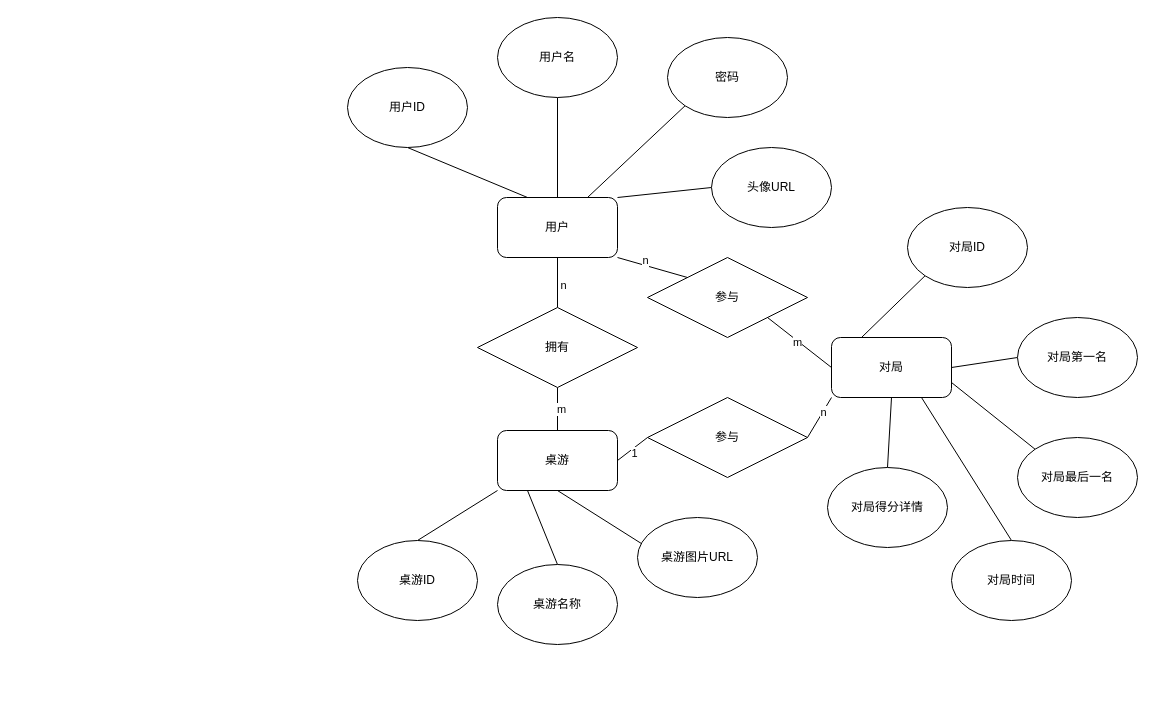
This is ERgraph.drawio from wr786/YunBoardGameNext, a draw.io file, before an edit. Source tidied: cells renumbered, new cells numbered last; positions are measured from the earlier drawing's top-left corner, leaving out a move shared by most shapes. Both pictures are drawn from the tidied source at 100%, with x=0, y=0 at pixel (347, 17).
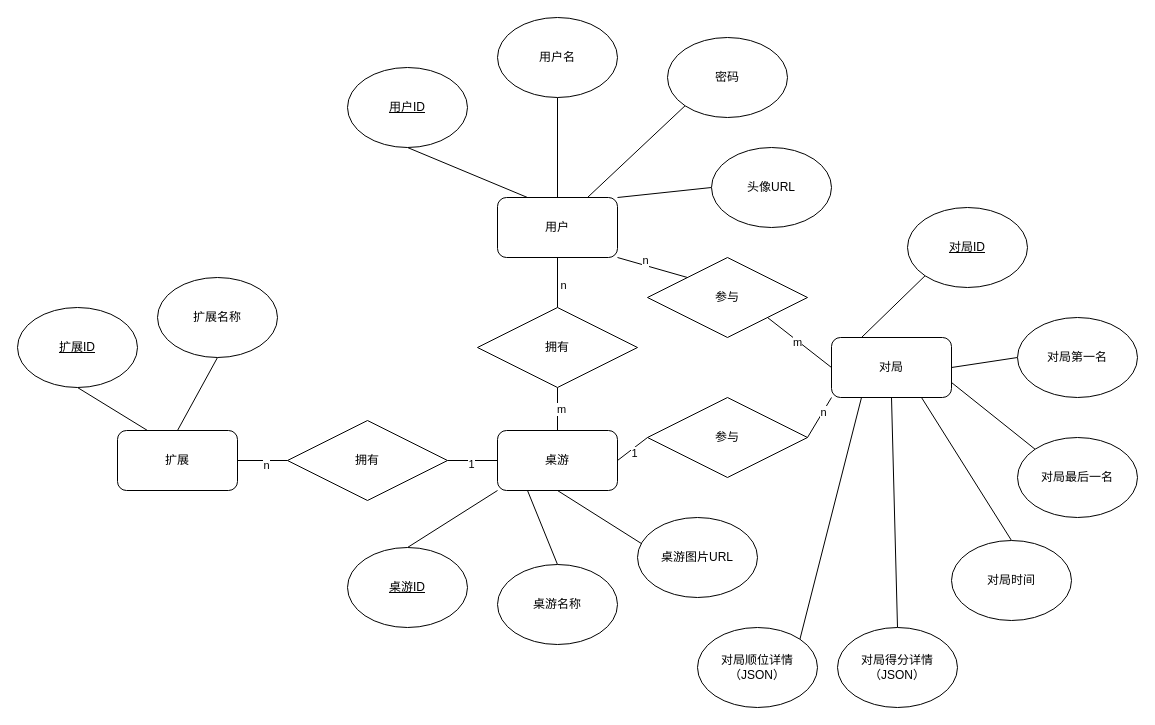
The same page after the edit.

Unchanged cells that the change refers to:
```xml
<mxCell id="18" value="桌游" style="rounded=1;whiteSpace=wrap;html=1;" parent="1" vertex="1">
  <mxGeometry x="150" y="413" width="120" height="60" as="geometry" />
</mxCell>
<mxCell id="29" value="对局" style="rounded=1;whiteSpace=wrap;html=1;" parent="1" vertex="1">
  <mxGeometry x="484" y="320" width="120" height="60" as="geometry" />
</mxCell>
```

What changed in the source:
```diff
@@
-    <mxCell id="8" value="用户ID" style="ellipse;whiteSpace=wrap;html=1;" parent="1" vertex="1">
+    <mxCell id="8" value="&lt;u&gt;用户ID&lt;/u&gt;" style="ellipse;whiteSpace=wrap;html=1;" parent="1" vertex="1">
       <mxGeometry y="50" width="120" height="80" as="geometry" />
     </mxCell>
@@
+    <mxCell id="44" style="edgeStyle=none;html=1;exitX=0;exitY=0.5;exitDx=0;exitDy=0;entryX=1;entryY=0.5;entryDx=0;entryDy=0;endArrow=none;endFill=0;" parent="1" edge="1" source="18" target="49">
+      <mxGeometry relative="1" as="geometry" />
+    </mxCell>
+    <mxCell id="45" value="1" style="edgeLabel;html=1;align=center;verticalAlign=middle;" parent="44" vertex="1">
+      <mxGeometry x="0.08" y="3" relative="1" as="geometry" />
+    </mxCell>
@@
-    <mxCell id="19" value="桌游ID" style="ellipse;whiteSpace=wrap;html=1;" parent="1" vertex="1">
-      <mxGeometry x="10" y="523" width="120" height="80" as="geometry" />
+    <mxCell id="19" value="&lt;u&gt;桌游ID&lt;/u&gt;" style="ellipse;whiteSpace=wrap;html=1;" parent="1" vertex="1">
+      <mxGeometry y="530" width="120" height="80" as="geometry" />
     </mxCell>
@@
-    <mxCell id="34" value="对局ID" style="ellipse;whiteSpace=wrap;html=1;" parent="1" vertex="1">
+    <mxCell id="34" value="&lt;u&gt;对局ID&lt;/u&gt;" style="ellipse;whiteSpace=wrap;html=1;" parent="1" vertex="1">
       <mxGeometry x="560" y="190" width="120" height="80" as="geometry" />
     </mxCell>
@@
-    <mxCell id="38" value="对局得分详情" style="ellipse;whiteSpace=wrap;html=1;" parent="1" vertex="1">
-      <mxGeometry x="480" y="450" width="120" height="80" as="geometry" />
+    <mxCell id="38" value="对局得分详情&lt;br&gt;（JSON）" style="ellipse;whiteSpace=wrap;html=1;" parent="1" vertex="1">
+      <mxGeometry x="490" y="610" width="120" height="80" as="geometry" />
     </mxCell>
@@
+    <mxCell id="46" value="扩展" style="rounded=1;whiteSpace=wrap;html=1;" parent="1" vertex="1">
+      <mxGeometry x="-230" y="413" width="120" height="60" as="geometry" />
+    </mxCell>
+    <mxCell id="47" style="edgeStyle=none;html=1;exitX=0;exitY=0.5;exitDx=0;exitDy=0;entryX=1;entryY=0.5;entryDx=0;entryDy=0;endArrow=none;endFill=0;" parent="1" edge="1" source="49" target="46">
+      <mxGeometry relative="1" as="geometry" />
+    </mxCell>
+    <mxCell id="48" value="n" style="edgeLabel;html=1;align=center;verticalAlign=middle;" parent="47" vertex="1">
+      <mxGeometry x="-0.11" y="4" relative="1" as="geometry" />
+    </mxCell>
+    <mxCell id="49" value="拥有" style="rhombus;whiteSpace=wrap;html=1;" parent="1" vertex="1">
+      <mxGeometry x="-60" y="403" width="160" height="80" as="geometry" />
+    </mxCell>
+    <mxCell id="50" style="edgeStyle=none;html=1;exitX=0.5;exitY=1;exitDx=0;exitDy=0;entryX=0.25;entryY=0;entryDx=0;entryDy=0;endArrow=none;endFill=0;" parent="1" edge="1" source="51" target="46">
+      <mxGeometry relative="1" as="geometry" />
+    </mxCell>
+    <mxCell id="51" value="&lt;u&gt;扩展ID&lt;/u&gt;" style="ellipse;whiteSpace=wrap;html=1;" parent="1" vertex="1">
+      <mxGeometry x="-330" y="290" width="120" height="80" as="geometry" />
+    </mxCell>
+    <mxCell id="52" style="edgeStyle=none;html=1;exitX=0.5;exitY=1;exitDx=0;exitDy=0;entryX=0.5;entryY=0;entryDx=0;entryDy=0;endArrow=none;endFill=0;" parent="1" edge="1" source="53" target="46">
+      <mxGeometry relative="1" as="geometry" />
+    </mxCell>
+    <mxCell id="53" value="扩展名称" style="ellipse;whiteSpace=wrap;html=1;" parent="1" vertex="1">
+      <mxGeometry x="-190" y="260" width="120" height="80" as="geometry" />
+    </mxCell>
+    <mxCell id="54" style="edgeStyle=none;html=1;exitX=1;exitY=0;exitDx=0;exitDy=0;entryX=0.25;entryY=1;entryDx=0;entryDy=0;endArrow=none;endFill=0;" parent="1" edge="1" source="55" target="29">
+      <mxGeometry relative="1" as="geometry" />
+    </mxCell>
+    <mxCell id="55" value="对局顺位详情&lt;br&gt;（JSON）" style="ellipse;whiteSpace=wrap;html=1;" parent="1" vertex="1">
+      <mxGeometry x="350" y="610" width="120" height="80" as="geometry" />
+    </mxCell>
```
